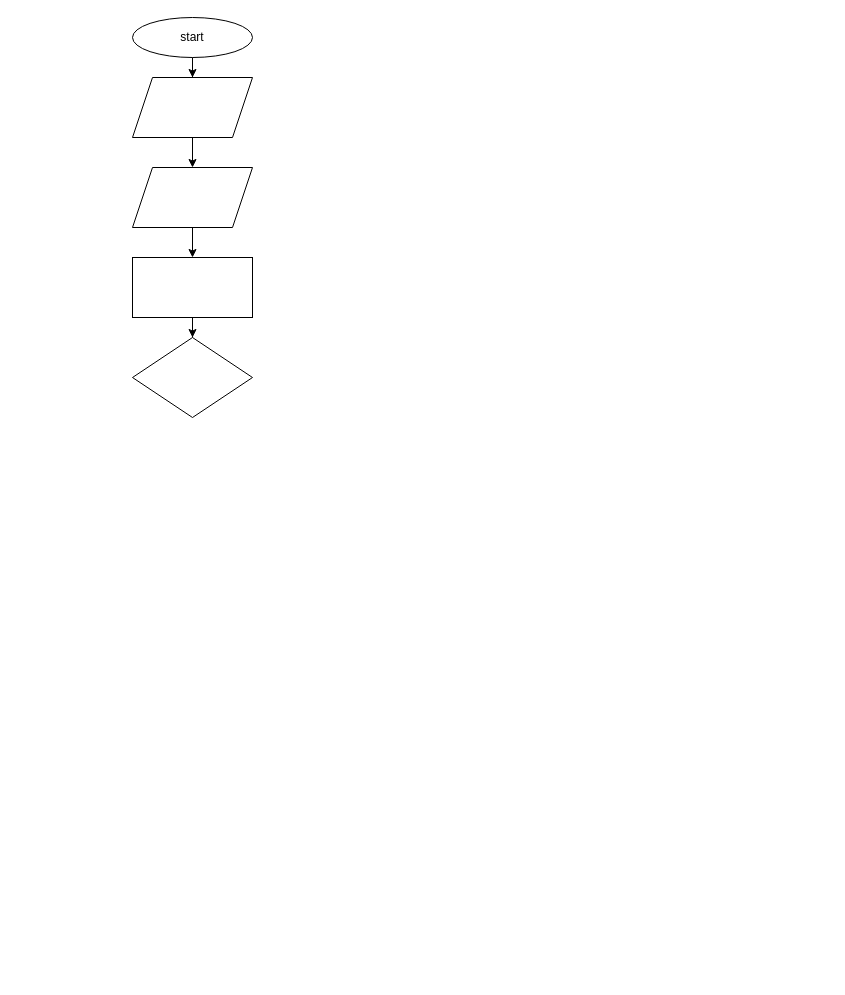
n-fry/Turtle keeps this draw.io diagram as Untitled Diagram.drawio. Above is the earlier version. Source tidied: cells renumbered, new cells numbered last; positions are measured from the earlier drawing's top-left corner, leaving out a move shared by most shapes. Both pictures are drawn from the tidied source at 100%, with x=0, y=0 at pixel (132, 17).
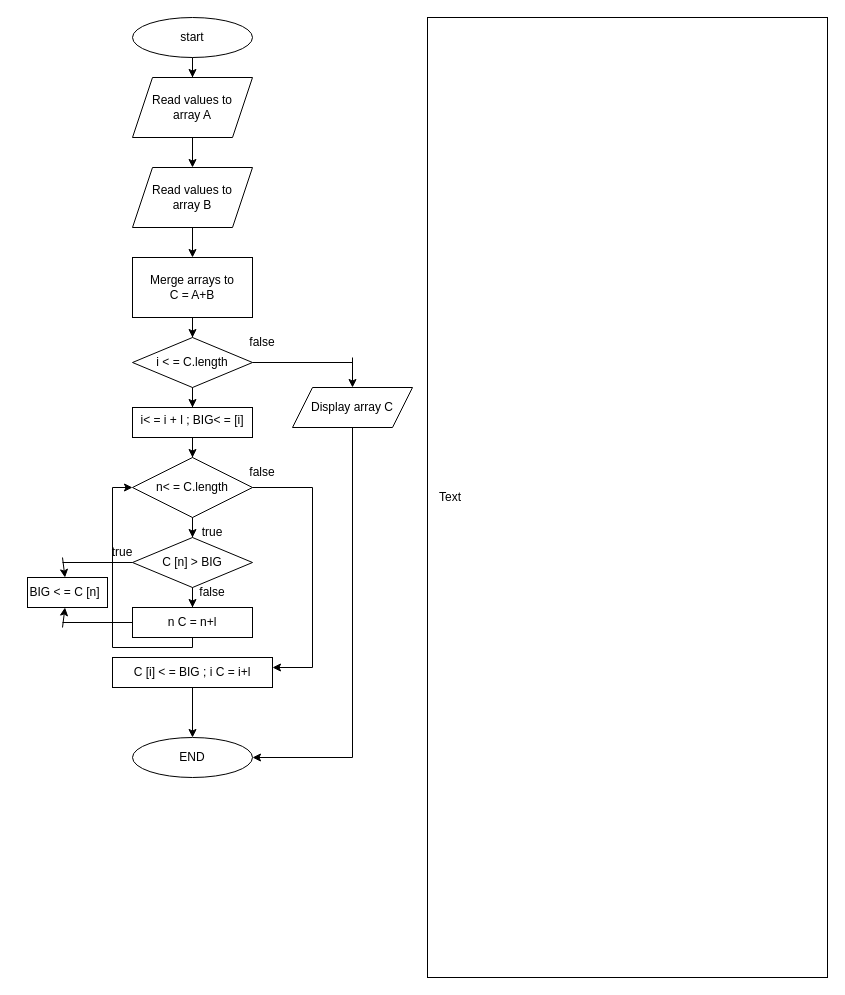
The same page after the edit.

The edit, as a diff of the source:
```diff
@@
+    <mxCell id="12" style="edgeStyle=orthogonalEdgeStyle;rounded=0;jettySize=auto;html=1;" parent="1" edge="1" source="10" target="18">
+      <mxGeometry relative="1" as="geometry" />
+    </mxCell>
     <mxCell id="10" style="rhombus;whiteSpace=wrap;html=1;" parent="1" vertex="1">
-      <mxGeometry y="320" width="120" height="80" as="geometry" />
+      <mxGeometry y="320" width="120" height="50" as="geometry" />
     </mxCell>
@@
+    <mxCell id="13" value="Read values to array A" style="text;html=1;strokeColor=none;fillColor=none;align=center;verticalAlign=middle;whiteSpace=wrap;rounded=0;" parent="1" vertex="1">
+      <mxGeometry x="10" y="75" width="100" height="30" as="geometry" />
+    </mxCell>
+    <mxCell id="14" value="Read values to array B" style="text;html=1;strokeColor=none;fillColor=none;align=center;verticalAlign=middle;whiteSpace=wrap;rounded=0;" parent="1" vertex="1">
+      <mxGeometry x="10" y="165" width="100" height="30" as="geometry" />
+    </mxCell>
+    <mxCell id="15" value="Merge arrays to&lt;br&gt;C = A+B" style="text;html=1;strokeColor=none;fillColor=none;align=center;verticalAlign=middle;whiteSpace=wrap;rounded=0;" parent="1" vertex="1">
+      <mxGeometry x="10" y="255" width="100" height="30" as="geometry" />
+    </mxCell>
+    <mxCell id="16" value="i &amp;lt; = C.length" style="text;html=1;strokeColor=none;fillColor=none;align=center;verticalAlign=middle;whiteSpace=wrap;rounded=0;" parent="1" vertex="1">
+      <mxGeometry y="330" width="120" height="30" as="geometry" />
+    </mxCell>
+    <mxCell id="17" style="edgeStyle=orthogonalEdgeStyle;rounded=0;jettySize=auto;html=1;" parent="1" edge="1" source="18" target="20">
+      <mxGeometry relative="1" as="geometry" />
+    </mxCell>
+    <mxCell id="18" style="whiteSpace=wrap;html=1;" parent="1" vertex="1">
+      <mxGeometry y="390" width="120" height="30" as="geometry" />
+    </mxCell>
+    <mxCell id="19" style="edgeStyle=orthogonalEdgeStyle;rounded=0;jettySize=auto;html=1;" parent="1" edge="1" source="20" target="22">
+      <mxGeometry relative="1" as="geometry" />
+    </mxCell>
+    <mxCell id="20" style="rhombus;whiteSpace=wrap;html=1;" parent="1" vertex="1">
+      <mxGeometry y="440" width="120" height="60" as="geometry" />
+    </mxCell>
+    <mxCell id="21" style="edgeStyle=orthogonalEdgeStyle;rounded=0;jettySize=auto;html=1;" parent="1" edge="1" source="22" target="23">
+      <mxGeometry relative="1" as="geometry" />
+    </mxCell>
+    <mxCell id="22" style="rhombus;whiteSpace=wrap;html=1;" parent="1" vertex="1">
+      <mxGeometry y="520" width="120" height="50" as="geometry" />
+    </mxCell>
+    <mxCell id="23" style="whiteSpace=wrap;html=1;" parent="1" vertex="1">
+      <mxGeometry y="590" width="120" height="30" as="geometry" />
+    </mxCell>
+    <mxCell id="24" value="i&amp;lt; = i + l ; BIG&amp;lt; = [i]" style="text;html=1;strokeColor=none;fillColor=none;align=center;verticalAlign=middle;whiteSpace=wrap;rounded=0;" parent="1" vertex="1">
+      <mxGeometry y="390" width="120" height="25" as="geometry" />
+    </mxCell>
+    <mxCell id="25" value="n&amp;lt; = C.length" style="text;html=1;strokeColor=none;fillColor=none;align=center;verticalAlign=middle;whiteSpace=wrap;rounded=0;" parent="1" vertex="1">
+      <mxGeometry y="455" width="120" height="30" as="geometry" />
+    </mxCell>
+    <mxCell id="26" value="C [n] &amp;gt; BIG" style="text;html=1;strokeColor=none;fillColor=none;align=center;verticalAlign=middle;whiteSpace=wrap;rounded=0;" parent="1" vertex="1">
+      <mxGeometry y="530" width="120" height="30" as="geometry" />
+    </mxCell>
+    <mxCell id="27" value="n C = n+l" style="text;html=1;strokeColor=none;fillColor=none;align=center;verticalAlign=middle;whiteSpace=wrap;rounded=0;" parent="1" vertex="1">
+      <mxGeometry x="30" y="590" width="60" height="30" as="geometry" />
+    </mxCell>
+    <mxCell id="28" style="rounded=0;whiteSpace=wrap;html=1;" parent="1" vertex="1">
+      <mxGeometry x="-20" y="640" width="160" height="30" as="geometry" />
+    </mxCell>
+    <mxCell id="29" style="edgeStyle=orthogonalEdgeStyle;rounded=0;jettySize=auto;html=1;entryX=0.5;entryY=0;entryDx=0;entryDy=0;" parent="1" edge="1" source="30" target="53">
+      <mxGeometry relative="1" as="geometry" />
+    </mxCell>
+    <mxCell id="30" value="C [i] &amp;lt; = BIG ; i C = i+l" style="text;html=1;strokeColor=none;fillColor=none;align=center;verticalAlign=middle;whiteSpace=wrap;rounded=0;" parent="1" vertex="1">
+      <mxGeometry x="-20" y="640" width="160" height="30" as="geometry" />
+    </mxCell>
+    <mxCell id="31" style="endArrow=none;html=1;rounded=0;exitX=1;exitY=0.5;exitDx=0;exitDy=0;" parent="1" edge="1" source="25">
+      <mxGeometry relative="1" as="geometry">
+        <mxPoint x="180" y="470" as="targetPoint" />
+      </mxGeometry>
+    </mxCell>
+    <mxCell id="32" style="endArrow=none;html=1;rounded=0;" parent="1" edge="1">
+      <mxGeometry relative="1" as="geometry">
+        <mxPoint x="180" y="470" as="sourcePoint" />
+        <mxPoint x="180" y="650" as="targetPoint" />
+      </mxGeometry>
+    </mxCell>
+    <mxCell id="33" style="endArrow=classic;html=1;rounded=0;" parent="1" edge="1">
+      <mxGeometry relative="1" as="geometry">
+        <mxPoint x="180" y="650" as="sourcePoint" />
+        <mxPoint x="140" y="650" as="targetPoint" />
+      </mxGeometry>
+    </mxCell>
+    <mxCell id="34" style="rounded=0;whiteSpace=wrap;html=1;" parent="1" vertex="1">
+      <mxGeometry x="-105" y="560" width="80" height="30" as="geometry" />
+    </mxCell>
+    <mxCell id="35" value="BIG &amp;lt; = C [n]" style="text;html=1;strokeColor=none;fillColor=none;align=center;verticalAlign=middle;whiteSpace=wrap;rounded=0;" parent="1" vertex="1">
+      <mxGeometry x="-115" y="560" width="95" height="30" as="geometry" />
+    </mxCell>
+    <mxCell id="36" style="endArrow=none;html=1;rounded=0;exitX=0;exitY=0.5;exitDx=0;exitDy=0;" parent="1" edge="1" source="26">
+      <mxGeometry relative="1" as="geometry">
+        <mxPoint x="-70" y="545" as="targetPoint" />
+      </mxGeometry>
+    </mxCell>
+    <mxCell id="37" style="endArrow=none;html=1;rounded=0;entryX=0;entryY=0.5;entryDx=0;entryDy=0;" parent="1" edge="1" target="23">
+      <mxGeometry relative="1" as="geometry">
+        <mxPoint x="-70" y="605" as="sourcePoint" />
+      </mxGeometry>
+    </mxCell>
+    <mxCell id="38" style="endArrow=classic;html=1;rounded=0;entryX=0.5;entryY=1;entryDx=0;entryDy=0;" parent="1" edge="1" target="35">
+      <mxGeometry relative="1" as="geometry">
+        <mxPoint x="-70" y="610" as="sourcePoint" />
+      </mxGeometry>
+    </mxCell>
+    <mxCell id="39" style="endArrow=classic;html=1;rounded=0;entryX=0.5;entryY=0;entryDx=0;entryDy=0;" parent="1" edge="1" target="35">
+      <mxGeometry relative="1" as="geometry">
+        <mxPoint x="-70" y="540" as="sourcePoint" />
+      </mxGeometry>
+    </mxCell>
+    <mxCell id="40" style="endArrow=none;html=1;rounded=0;entryX=0.5;entryY=1;entryDx=0;entryDy=0;" parent="1" edge="1" target="27">
+      <mxGeometry relative="1" as="geometry">
+        <mxPoint x="60" y="630" as="sourcePoint" />
+      </mxGeometry>
+    </mxCell>
+    <mxCell id="41" style="endArrow=none;html=1;rounded=0;" parent="1" edge="1">
+      <mxGeometry relative="1" as="geometry">
+        <mxPoint x="60" y="630" as="sourcePoint" />
+        <mxPoint x="-20" y="630" as="targetPoint" />
+      </mxGeometry>
+    </mxCell>
+    <mxCell id="42" style="endArrow=none;html=1;rounded=0;" parent="1" edge="1">
+      <mxGeometry relative="1" as="geometry">
+        <mxPoint x="-20" y="630" as="sourcePoint" />
+        <mxPoint x="-20" y="470" as="targetPoint" />
+      </mxGeometry>
+    </mxCell>
+    <mxCell id="43" style="endArrow=classic;html=1;rounded=0;entryX=0;entryY=0.5;entryDx=0;entryDy=0;" parent="1" edge="1" target="25">
+      <mxGeometry relative="1" as="geometry">
+        <mxPoint x="-20" y="470" as="sourcePoint" />
+      </mxGeometry>
+    </mxCell>
+    <mxCell id="44" value="false" style="text;html=1;strokeColor=none;fillColor=none;align=center;verticalAlign=middle;whiteSpace=wrap;rounded=0;" parent="1" vertex="1">
+      <mxGeometry x="100" y="440" width="60" height="30" as="geometry" />
+    </mxCell>
+    <mxCell id="45" value="true" style="text;html=1;strokeColor=none;fillColor=none;align=center;verticalAlign=middle;whiteSpace=wrap;rounded=0;" parent="1" vertex="1">
+      <mxGeometry x="50" y="500" width="60" height="30" as="geometry" />
+    </mxCell>
+    <mxCell id="46" value="false" style="text;html=1;strokeColor=none;fillColor=none;align=center;verticalAlign=middle;whiteSpace=wrap;rounded=0;" parent="1" vertex="1">
+      <mxGeometry x="50" y="560" width="60" height="30" as="geometry" />
+    </mxCell>
+    <mxCell id="47" value="true" style="text;html=1;strokeColor=none;fillColor=none;align=center;verticalAlign=middle;whiteSpace=wrap;rounded=0;" parent="1" vertex="1">
+      <mxGeometry x="-40" y="520" width="60" height="30" as="geometry" />
+    </mxCell>
+    <mxCell id="48" style="shape=parallelogram;perimeter=parallelogramPerimeter;whiteSpace=wrap;html=1;fixedSize=1;" parent="1" vertex="1">
+      <mxGeometry x="160" y="370" width="120" height="40" as="geometry" />
+    </mxCell>
+    <mxCell id="49" value="Display array C" style="text;html=1;strokeColor=none;fillColor=none;align=center;verticalAlign=middle;whiteSpace=wrap;rounded=0;" parent="1" vertex="1">
+      <mxGeometry x="170" y="375" width="100" height="30" as="geometry" />
+    </mxCell>
+    <mxCell id="50" style="endArrow=none;html=1;rounded=0;exitX=1;exitY=0.5;exitDx=0;exitDy=0;" parent="1" edge="1" source="16">
+      <mxGeometry relative="1" as="geometry">
+        <mxPoint x="220" y="345" as="targetPoint" />
+      </mxGeometry>
+    </mxCell>
+    <mxCell id="51" style="endArrow=classic;html=1;rounded=0;entryX=0.5;entryY=0;entryDx=0;entryDy=0;" parent="1" edge="1" target="48">
+      <mxGeometry relative="1" as="geometry">
+        <mxPoint x="220" y="340" as="sourcePoint" />
+      </mxGeometry>
+    </mxCell>
+    <mxCell id="52" value="false" style="text;html=1;strokeColor=none;fillColor=none;align=center;verticalAlign=middle;whiteSpace=wrap;rounded=0;" parent="1" vertex="1">
+      <mxGeometry x="100" y="310" width="60" height="30" as="geometry" />
+    </mxCell>
+    <mxCell id="53" style="ellipse;whiteSpace=wrap;html=1;" parent="1" vertex="1">
+      <mxGeometry y="720" width="120" height="40" as="geometry" />
+    </mxCell>
+    <mxCell id="54" value="END" style="text;html=1;strokeColor=none;fillColor=none;align=center;verticalAlign=middle;whiteSpace=wrap;rounded=0;" parent="1" vertex="1">
+      <mxGeometry x="30" y="725" width="60" height="30" as="geometry" />
+    </mxCell>
+    <mxCell id="55" style="endArrow=none;html=1;rounded=0;entryX=0.5;entryY=1;entryDx=0;entryDy=0;" parent="1" edge="1" target="48">
+      <mxGeometry relative="1" as="geometry">
+        <mxPoint x="220" y="740" as="sourcePoint" />
+      </mxGeometry>
+    </mxCell>
+    <mxCell id="56" style="endArrow=classic;html=1;rounded=0;entryX=1;entryY=0.5;entryDx=0;entryDy=0;" parent="1" edge="1" target="53">
+      <mxGeometry relative="1" as="geometry">
+        <mxPoint x="220" y="740" as="sourcePoint" />
+      </mxGeometry>
+    </mxCell>
+    <mxCell id="57" style="rounded=0;whiteSpace=wrap;html=1;" parent="1" vertex="1">
+      <mxGeometry x="295" width="400" height="960" as="geometry" />
+    </mxCell>
+    <mxCell id="58" value="Text" style="text;html=1;strokeColor=none;fillColor=none;align=left;verticalAlign=middle;whiteSpace=wrap;rounded=0;" parent="1" vertex="1">
+      <mxGeometry x="305" y="20" width="380" height="920" as="geometry" />
+    </mxCell>
```
